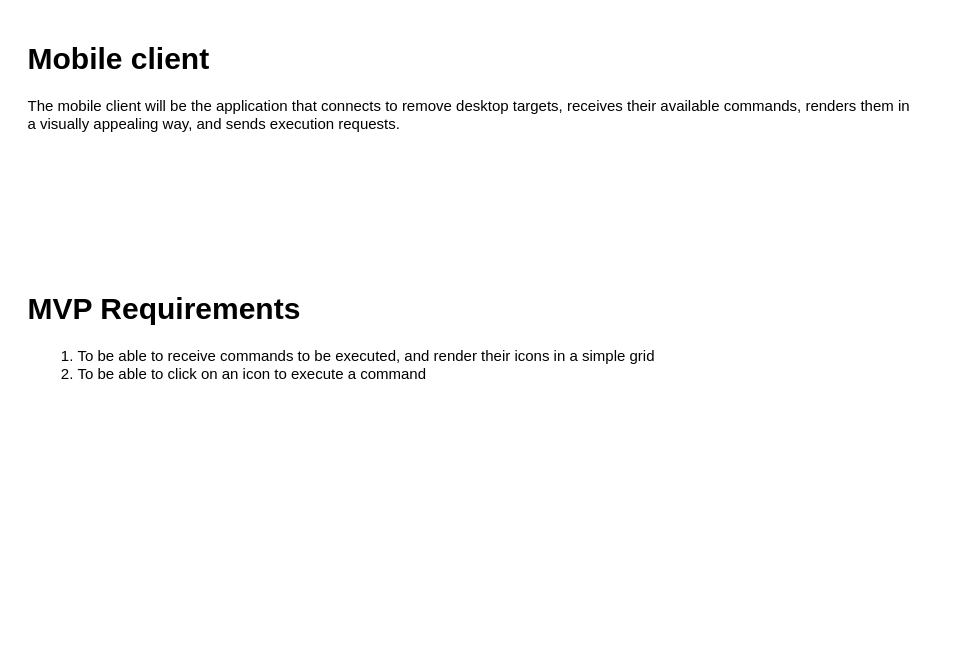
Before: page "Mobile client" (3 of 4) of DockProject(8).drawio in HaroldHormaechea/CommandCenter, a draw.io diagram. Source tidied: cells renumbered, new cells numbered last; positions are measured from the earlier drawing's top-left corner, leaving out a move shared by most shapes. Both pictures are drawn from the tidied source at 125%, with x=0, y=0 at pixel (21, 34).
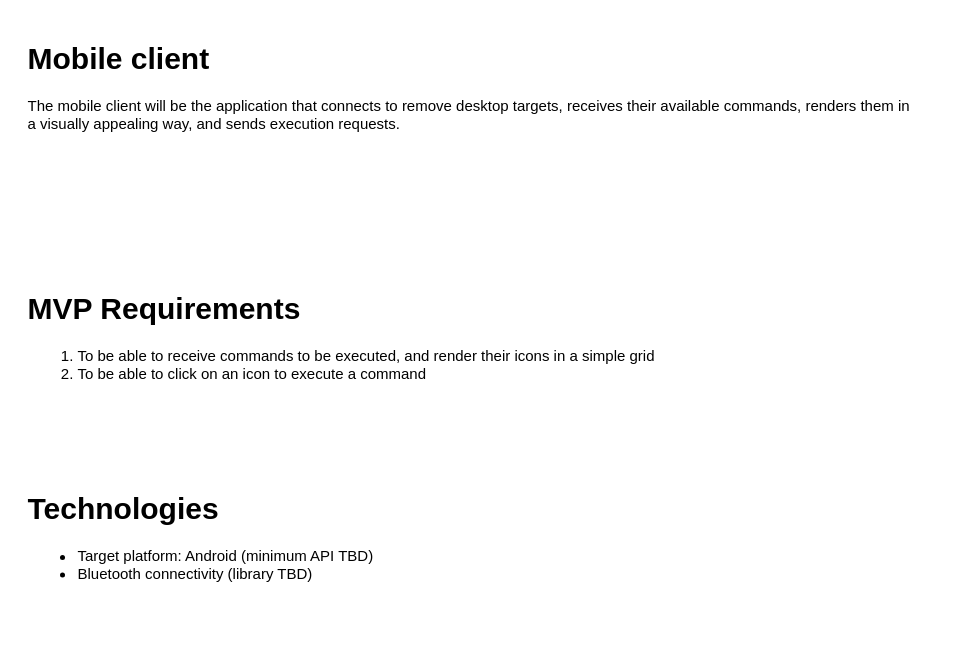
The same page after the edit.

The edit, as a diff of the source:
```diff
@@
 <mxGraphModel>
   <root>
     <mxCell id="0" />
     <mxCell id="1" parent="0" />
     <mxCell id="2" value="&lt;h1&gt;Mobile client&lt;br&gt;&lt;/h1&gt;&lt;p&gt;The mobile client will be the application that connects to remove desktop targets, receives their available commands, renders them in a visually appealing way, and sends execution requests.&lt;/p&gt;" style="text;html=1;strokeColor=none;fillColor=none;spacing=5;spacingTop=-20;whiteSpace=wrap;overflow=hidden;rounded=0;" parent="1" vertex="1">
       <mxGeometry width="720" height="200" as="geometry" />
     </mxCell>
     <mxCell id="3" value="&lt;h1&gt;MVP Requirements&lt;br&gt;&lt;/h1&gt;&lt;ol&gt;&lt;li&gt;To be able to receive commands to be executed, and render their icons in a simple grid&lt;br&gt;&lt;/li&gt;&lt;li&gt;To be able to click on an icon to execute a command&lt;/li&gt;&lt;/ol&gt;" style="text;html=1;strokeColor=none;fillColor=none;spacing=5;spacingTop=-20;whiteSpace=wrap;overflow=hidden;rounded=0;" parent="1" vertex="1">
       <mxGeometry y="200" width="730" height="120" as="geometry" />
     </mxCell>
+    <mxCell id="4" value="&lt;h1&gt;Technologies&lt;br&gt;&lt;/h1&gt;&lt;ul&gt;&lt;li&gt;Target platform: Android (minimum API TBD)&lt;br&gt;&lt;/li&gt;&lt;li&gt;Bluetooth connectivity (library TBD)&lt;/li&gt;&lt;/ul&gt;&lt;ol&gt;&lt;/ol&gt;" style="text;html=1;strokeColor=none;fillColor=none;spacing=5;spacingTop=-20;whiteSpace=wrap;overflow=hidden;rounded=0;" parent="1" vertex="1">
+      <mxGeometry y="360" width="730" height="120" as="geometry" />
+    </mxCell>
   </root>
 </mxGraphModel>
```
